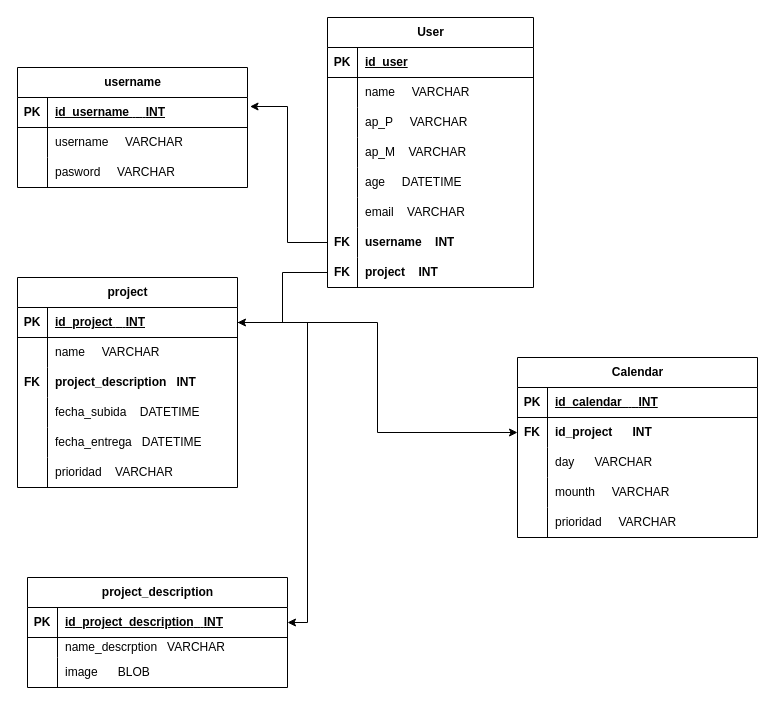
Above: Diagrama sin título.drawio in Sam282004/DS-MiTarea (draw.io), before the change. Source tidied: cells renumbered, new cells numbered last; positions are measured from the earlier drawing's top-left corner, leaving out a move shared by most shapes. Both pictures are drawn from the tidied source at 100%, with x=0, y=0 at pixel (17, 17).
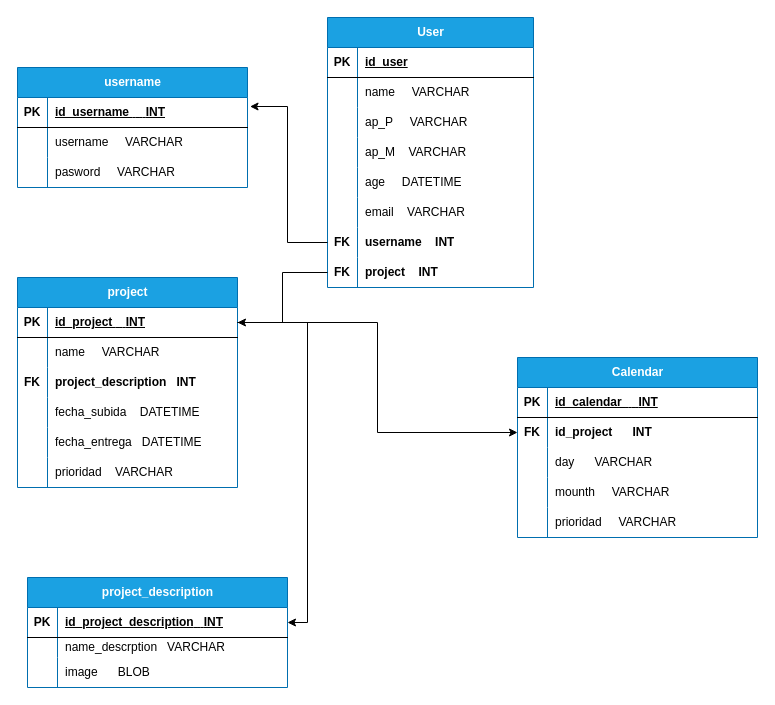
After the change.

The edit, as a diff of the source:
```diff
@@
-    <mxCell id="2" value="User" style="shape=table;startSize=30;childLayout=tableLayout;rowLines=0;fontStyle=1;align=center;html=1;" parent="1" vertex="1">
+    <mxCell id="2" value="User" style="shape=table;startSize=30;childLayout=tableLayout;rowLines=0;fontStyle=1;align=center;html=1;fillColor=#1ba1e2;strokeColor=#006EAF;fontColor=#ffffff;" parent="1" vertex="1">
       <mxGeometry x="310" width="206" height="270" as="geometry" />
     </mxCell>
@@
-    <mxCell id="27" value="project" style="shape=table;startSize=30;childLayout=tableLayout;rowLines=0;fontStyle=1;align=center;html=1;" parent="1" vertex="1">
+    <mxCell id="27" value="project" style="shape=table;startSize=30;childLayout=tableLayout;rowLines=0;fontStyle=1;align=center;html=1;fillColor=#1ba1e2;fontColor=#ffffff;strokeColor=#006EAF;" parent="1" vertex="1">
       <mxGeometry y="260" width="220" height="210" as="geometry" />
     </mxCell>
@@
-    <mxCell id="46" value="project_description" style="shape=table;startSize=30;childLayout=tableLayout;rowLines=0;fontStyle=1;align=center;html=1;" parent="1" vertex="1">
+    <mxCell id="46" value="project_description" style="shape=table;startSize=30;childLayout=tableLayout;rowLines=0;fontStyle=1;align=center;html=1;fillColor=#1ba1e2;fontColor=#ffffff;strokeColor=#006EAF;" parent="1" vertex="1">
       <mxGeometry x="10" y="560" width="260" height="110" as="geometry" />
     </mxCell>
@@
-    <mxCell id="56" value="username" style="shape=table;startSize=30;childLayout=tableLayout;rowLines=0;fontStyle=1;align=center;html=1;" parent="1" vertex="1">
+    <mxCell id="56" value="username" style="shape=table;startSize=30;childLayout=tableLayout;rowLines=0;fontStyle=1;align=center;html=1;fillColor=#1ba1e2;fontColor=#ffffff;strokeColor=#006EAF;" parent="1" vertex="1">
       <mxGeometry y="50" width="230" height="120" as="geometry" />
     </mxCell>
@@
-    <mxCell id="69" value="Calendar" style="shape=table;startSize=30;childLayout=tableLayout;rowLines=0;fontStyle=1;align=center;html=1;" parent="1" vertex="1">
+    <mxCell id="69" value="Calendar" style="shape=table;startSize=30;childLayout=tableLayout;rowLines=0;fontStyle=1;align=center;html=1;fillColor=#1ba1e2;fontColor=#ffffff;strokeColor=#006EAF;" parent="1" vertex="1">
       <mxGeometry x="500" y="340" width="240" height="180" as="geometry" />
     </mxCell>
```
